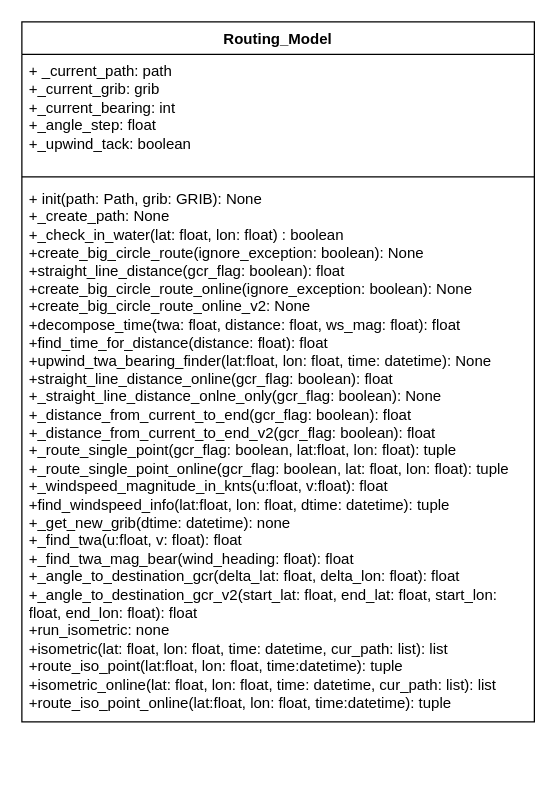
Earlier version of the draw.io diagram Diagrams/routing_model.drawio (vandorena/NEA). Source tidied: cells renumbered, new cells numbered last; positions are measured from the earlier drawing's top-left corner, leaving out a move shared by most shapes. Both pictures are drawn from the tidied source at 125%, with x=0, y=0 at pixel (21, 21).
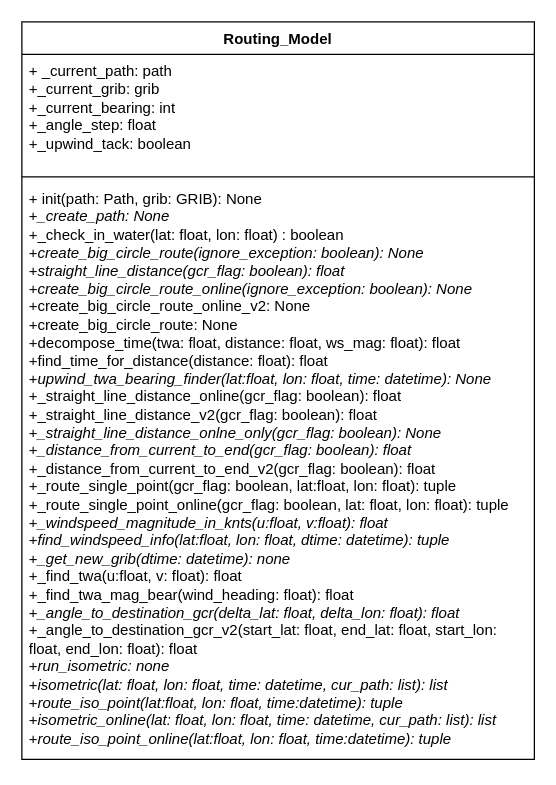
The same diagram, later.

Change to the diagram source:
```diff
@@
 <mxGraphModel>
   <root>
     <mxCell id="0" />
     <mxCell id="1" parent="0" />
     <mxCell id="2" value="Routing_Model" style="swimlane;fontStyle=1;align=center;verticalAlign=top;horizontal=1;startSize=26;whiteSpace=wrap;html=1;" parent="1" vertex="1">
-      <mxGeometry width="410" height="560" as="geometry" />
+      <mxGeometry width="410" height="590" as="geometry" />
     </mxCell>
     <mxCell id="3" value="+ _current_path: path&lt;div&gt;+_current_grib: grib&lt;/div&gt;&lt;div&gt;+_current_bearing: int&lt;/div&gt;&lt;div&gt;+_angle_step: float&lt;/div&gt;&lt;div&gt;+_upwind_tack: boolean&lt;/div&gt;&lt;div&gt;&lt;br&gt;&lt;/div&gt;" style="text;strokeColor=none;fillColor=none;align=left;verticalAlign=top;spacingLeft=4;spacingRight=4;overflow=hidden;whiteSpace=wrap;html=1;" parent="2" vertex="1">
       <mxGeometry y="26" width="410" height="94" as="geometry" />
     </mxCell>
     <mxCell id="4" style="line;strokeWidth=1;fillColor=none;align=left;verticalAlign=middle;spacingTop=-1;spacingLeft=3;spacingRight=3;labelPosition=right;strokeColor=inherit;" parent="2" vertex="1">
       <mxGeometry y="120" width="410" height="8" as="geometry" />
     </mxCell>
-    <mxCell id="5" value="+ init(path: Path, grib: GRIB): None&lt;div&gt;+_create_path: None&lt;/div&gt;&lt;div&gt;+_check_in_water(lat: float, lon: float) : boolean&lt;/div&gt;&lt;div&gt;+create_big_circle_route(ignore_exception: boolean): None&lt;br&gt;&lt;div&gt;+straight_line_distance(gcr_flag: boolean): float&lt;/div&gt;&lt;/div&gt;&lt;div&gt;+create_big_circle_route_online(ignore_exception: boolean): None&lt;/div&gt;&lt;div&gt;+create_big_circle_route_online_v2: None&lt;/div&gt;&lt;div&gt;+decompose_time(twa: float, distance: float, ws_mag: float): float&lt;/div&gt;&lt;div&gt;+find_time_for_distance(distance: float): float&lt;/div&gt;&lt;div&gt;+upwind_twa_bearing_finder(lat:float, lon: float, time: datetime): None&lt;/div&gt;&lt;div&gt;+straight_line_distance_online(gcr_flag: boolean): float&lt;/div&gt;&lt;div&gt;+_straight_line_distance_onlne_only(gcr_flag: boolean): None&lt;/div&gt;&lt;div&gt;+_distance_from_current_to_end(gcr_flag: boolean): float&lt;/div&gt;&lt;div&gt;+_distance_from_current_to_end_v2(gcr_flag: boolean): float&lt;/div&gt;&lt;div&gt;+_route_single_point(gcr_flag: boolean, lat:float, lon: float): tuple&lt;/div&gt;&lt;div&gt;+_route_single_point_online(gcr_flag: boolean, lat: float, lon: float): tuple&lt;/div&gt;&lt;div&gt;+_windspeed_magnitude_in_knts(u:float, v:float): float&lt;/div&gt;&lt;div&gt;+find_windspeed_info(lat:float, lon: float, dtime: datetime): tuple&lt;/div&gt;&lt;div&gt;+_get_new_grib(dtime: datetime): none&lt;/div&gt;&lt;div&gt;+_find_twa(u:float, v: float): float&lt;/div&gt;&lt;div&gt;+_find_twa_mag_bear(wind_heading: float): float&lt;/div&gt;&lt;div&gt;+_angle_to_destination_gcr(delta_lat: float, delta_lon: float): float&lt;/div&gt;&lt;div&gt;+_angle_to_destination_gcr_v2(start_lat: float, end_lat: float, start_lon: float, end_lon: float): float&lt;/div&gt;&lt;div&gt;+run_isometric: none&lt;/div&gt;&lt;div&gt;+isometric(lat: float, lon: float, time: datetime, cur_path: list): list&lt;/div&gt;&lt;div&gt;+route_iso_point(lat:float, lon: float, time:datetime): tuple&lt;/div&gt;&lt;div&gt;+isometric_online(lat: float, lon: float, time: datetime, cur_path: list): list&lt;/div&gt;&lt;div&gt;+route_iso_point_online(lat:float, lon: float, time:datetime): tuple&lt;/div&gt;&lt;div&gt;&lt;br&gt;&lt;/div&gt;" style="text;strokeColor=none;fillColor=none;align=left;verticalAlign=top;spacingLeft=4;spacingRight=4;overflow=hidden;whiteSpace=wrap;html=1;" parent="2" vertex="1">
-      <mxGeometry y="128" width="410" height="432" as="geometry" />
+    <mxCell id="5" value="+ init(path: Path, grib: GRIB): None&lt;div&gt;+&lt;i&gt;_create_path: None&lt;/i&gt;&lt;/div&gt;&lt;div&gt;+_check_in_water(lat: float, lon: float) : boolean&lt;/div&gt;&lt;div&gt;+&lt;i&gt;create_big_circle_route(ignore_exception: boolean): None&lt;/i&gt;&lt;br&gt;&lt;div&gt;+&lt;i&gt;straight_line_distance(gcr_flag: boolean): float&lt;/i&gt;&lt;/div&gt;&lt;/div&gt;&lt;div&gt;+&lt;i&gt;create_big_circle_route_online(ignore_exception: boolean): None&lt;/i&gt;&lt;/div&gt;&lt;div&gt;+create_big_circle_route_online_v2: None&lt;/div&gt;&lt;div&gt;+create_big_circle_route: None&lt;/div&gt;&lt;div&gt;+decompose_time(twa: float, distance: float, ws_mag: float): float&lt;/div&gt;&lt;div&gt;+find_time_for_distance(distance: float): float&lt;/div&gt;&lt;div&gt;+&lt;i&gt;upwind_twa_bearing_finder(lat:float, lon: float, time: datetime): None&lt;/i&gt;&lt;/div&gt;&lt;div&gt;+_straight_line_distance_online(gcr_flag: boolean): float&lt;/div&gt;&lt;div&gt;+_straight_line_distance_v2(gcr_flag: boolean): float&lt;/div&gt;&lt;div&gt;+&lt;i&gt;_straight_line_distance_onlne_only(gcr_flag: boolean): None&lt;/i&gt;&lt;/div&gt;&lt;div&gt;+&lt;i&gt;_distance_from_current_to_end(gcr_flag: boolean): float&lt;/i&gt;&lt;/div&gt;&lt;div&gt;+_distance_from_current_to_end_v2(gcr_flag: boolean): float&lt;/div&gt;&lt;div&gt;+_route_single_point(gcr_flag: boolean, lat:float, lon: float): tuple&lt;/div&gt;&lt;div&gt;+_route_single_point_online(gcr_flag: boolean, lat: float, lon: float): tuple&lt;/div&gt;&lt;div&gt;+&lt;i&gt;_windspeed_magnitude_in_knts(u:float, v:float): float&lt;/i&gt;&lt;/div&gt;&lt;div&gt;+&lt;i&gt;find_windspeed_info(lat:float, lon: float, dtime: datetime): tuple&lt;/i&gt;&lt;/div&gt;&lt;div&gt;+&lt;i&gt;_get_new_grib(dtime: datetime): none&lt;/i&gt;&lt;/div&gt;&lt;div&gt;+_find_twa(u:float, v: float): float&lt;/div&gt;&lt;div&gt;+_find_twa_mag_bear(wind_heading: float): float&lt;/div&gt;&lt;div&gt;+&lt;i&gt;_angle_to_destination_gcr(delta_lat: float, delta_lon: float): float&lt;/i&gt;&lt;/div&gt;&lt;div&gt;+_angle_to_destination_gcr_v2(start_lat: float, end_lat: float, start_lon: float, end_lon: float): float&lt;/div&gt;&lt;div&gt;+&lt;i&gt;run_isometric: none&lt;/i&gt;&lt;/div&gt;&lt;div&gt;+&lt;i&gt;isometric(lat: float, lon: float, time: datetime, cur_path: list): list&lt;/i&gt;&lt;/div&gt;&lt;div&gt;+&lt;i&gt;route_iso_point(lat:float, lon: float, time:datetime): tuple&lt;/i&gt;&lt;/div&gt;&lt;div&gt;+&lt;i&gt;isometric_online(lat: float, lon: float, time: datetime, cur_path: list): list&lt;/i&gt;&lt;/div&gt;&lt;div&gt;+&lt;i&gt;route_iso_point_online(lat:float, lon: float, time:datetime): tuple&lt;/i&gt;&lt;/div&gt;&lt;div&gt;&lt;br&gt;&lt;/div&gt;" style="text;strokeColor=none;fillColor=none;align=left;verticalAlign=top;spacingLeft=4;spacingRight=4;overflow=hidden;whiteSpace=wrap;html=1;" parent="2" vertex="1">
+      <mxGeometry y="128" width="410" height="462" as="geometry" />
     </mxCell>
   </root>
 </mxGraphModel>
```
